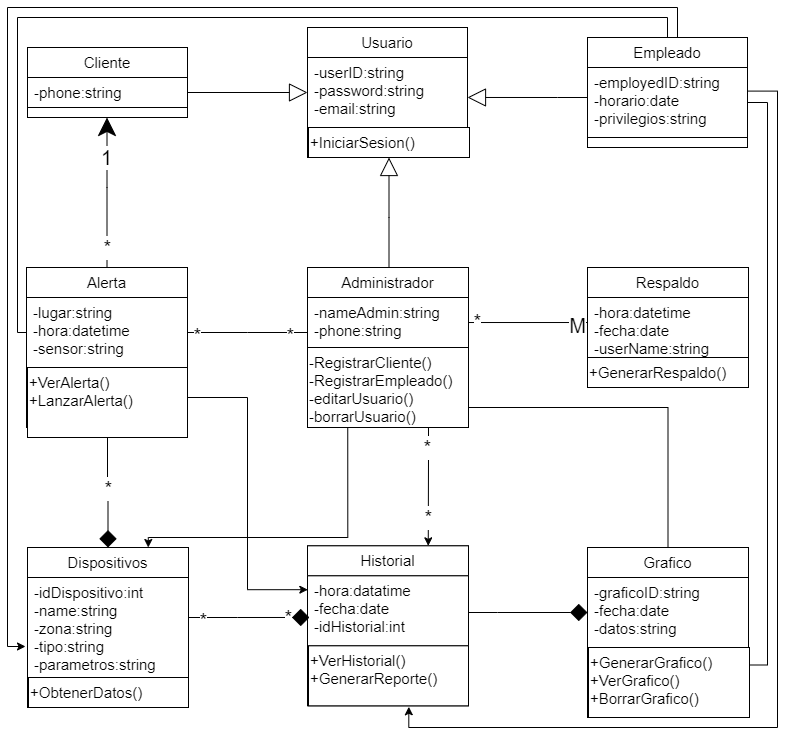
Earlier version of the draw.io export img/A1.1/DiagramaClases.drawio.png (AlexBamaca/AnalisisB). Source tidied: cells renumbered, new cells last; positions are measured from the earlier drawing's top-left corner, leaving out a move shared by most shapes.
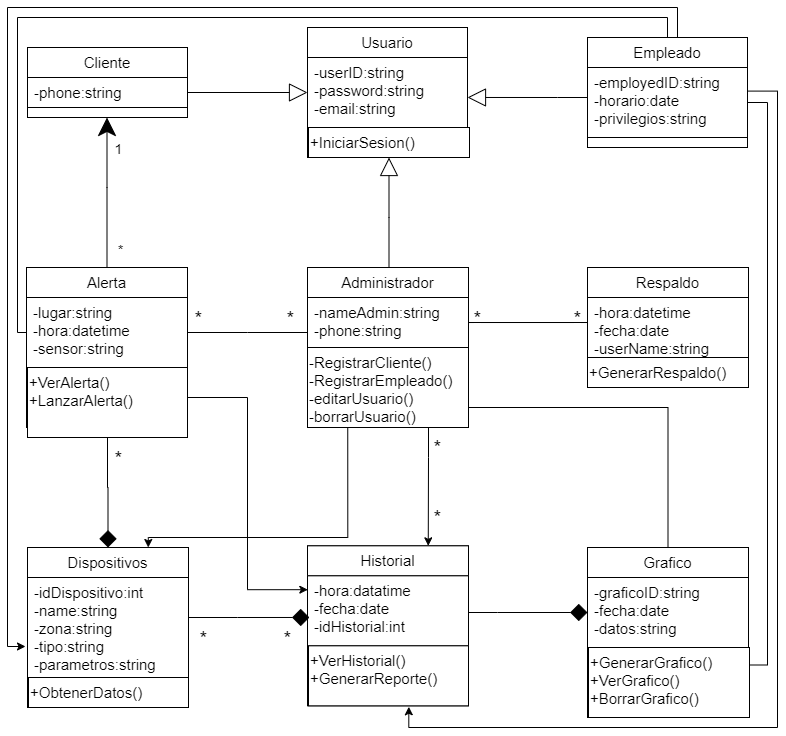
After the commit.

Commit message:
act de diagrama clases

Diff of the diagram source:
```diff
@@ -40,11 +40,18 @@
       <mxGeometry relative="1" as="geometry" />
     </mxCell>
     <mxCell id="13" value="*" style="edgeLabel;html=1;align=center;verticalAlign=middle;fontSize=20;" parent="12" vertex="1">
-      <mxGeometry x="-0.86" y="2" relative="1" as="geometry" />
+      <mxGeometry x="-0.86" y="2" relative="1" as="geometry">
+        <mxPoint y="-3" as="offset" />
+      </mxGeometry>
     </mxCell>
-    <mxCell id="14" value="M" style="edgeLabel;html=1;align=center;verticalAlign=middle;fontSize=20;" parent="12" vertex="1">
-      <mxGeometry x="0.81" y="-2" relative="1" as="geometry" />
+    <mxCell id="14" value="*" style="edgeLabel;html=1;align=center;verticalAlign=middle;fontSize=20;" parent="12" vertex="1">
+      <mxGeometry x="0.81" y="-2" relative="1" as="geometry">
+        <mxPoint y="-7" as="offset" />
+      </mxGeometry>
     </mxCell>
+    <mxCell id="64" style="edgeStyle=orthogonalEdgeStyle;rounded=0;jettySize=auto;html=1;fontSize=14;" parent="1" edge="1" source="15" target="46">
+      <mxGeometry relative="1" as="geometry" />
+    </mxCell>
     <mxCell id="15" value="-nameAdmin:string&lt;br&gt;-phone:string" style="rounded=0;whiteSpace=wrap;html=1;fontSize=15;align=left;spacingLeft=5;verticalAlign=top;" parent="1" vertex="1">
       <mxGeometry x="300" y="290" width="161" height="50" as="geometry" />
     </mxCell>
@@ -65,12 +72,12 @@
     </mxCell>
     <mxCell id="18" value="*" style="edgeLabel;html=1;align=center;verticalAlign=middle;fontSize=20;" parent="17" vertex="1">
       <mxGeometry y="-52" relative="1" as="geometry">
-        <mxPoint x="51" y="-39.2" as="offset" />
+        <mxPoint x="61.1" y="-39.2" as="offset" />
       </mxGeometry>
     </mxCell>
     <mxCell id="19" value="*" style="edgeLabel;html=1;align=center;verticalAlign=middle;fontSize=20;" parent="17" vertex="1">
       <mxGeometry x="0.73" relative="1" as="geometry">
-        <mxPoint y="-12.1" as="offset" />
+        <mxPoint x="9.2" y="-12.1" as="offset" />
       </mxGeometry>
     </mxCell>
     <mxCell id="20" style="edgeStyle=orthogonalEdgeStyle;rounded=0;jettySize=auto;html=1;exitX=0.25;exitY=1;exitDx=0;exitDy=0;entryX=0.75;entryY=0;entryDx=0;entryDy=0;" parent="1" edge="1" source="21" target="57">
@@ -149,14 +156,14 @@
         </Array>
       </mxGeometry>
     </mxCell>
-    <mxCell id="32" value="1" style="edgeLabel;html=1;align=center;verticalAlign=middle;fontSize=20;" parent="31" vertex="1">
+    <mxCell id="32" value="1" style="edgeLabel;html=1;align=center;verticalAlign=middle;fontSize=14;" parent="31" vertex="1">
       <mxGeometry x="0.67" y="1" relative="1" as="geometry">
-        <mxPoint y="14.8" as="offset" />
+        <mxPoint x="11.5" y="5" as="offset" />
       </mxGeometry>
     </mxCell>
-    <mxCell id="33" value="*" style="edgeLabel;html=1;align=center;verticalAlign=middle;fontSize=20;" parent="31" vertex="1">
+    <mxCell id="33" value="&lt;font style=&quot;font-size: 14px&quot;&gt;&amp;nbsp;*&lt;/font&gt;" style="edgeLabel;html=1;align=center;verticalAlign=middle;fontSize=20;" parent="31" vertex="1">
       <mxGeometry x="-0.87" relative="1" as="geometry">
-        <mxPoint y="-10.3" as="offset" />
+        <mxPoint x="10.5" y="-10.3" as="offset" />
       </mxGeometry>
     </mxCell>
     <mxCell id="34" value="Alerta" style="rounded=0;whiteSpace=wrap;html=1;fontSize=15;" parent="1" vertex="1">
@@ -172,11 +179,13 @@
     </mxCell>
     <mxCell id="36" value="*" style="edgeLabel;html=1;align=center;verticalAlign=middle;fontSize=20;" parent="35" vertex="1">
       <mxGeometry y="-51" relative="1" as="geometry">
-        <mxPoint x="-51" y="-49" as="offset" />
+        <mxPoint x="-50" y="-66" as="offset" />
       </mxGeometry>
     </mxCell>
     <mxCell id="37" value="&lt;font style=&quot;font-size: 20px&quot;&gt;*&lt;/font&gt;" style="edgeLabel;html=1;align=center;verticalAlign=middle;" parent="35" vertex="1">
-      <mxGeometry x="0.71" y="-2" relative="1" as="geometry" />
+      <mxGeometry x="0.71" y="-2" relative="1" as="geometry">
+        <mxPoint y="-17" as="offset" />
+      </mxGeometry>
     </mxCell>
     <mxCell id="38" value="-lugar:string&lt;br&gt;-hora:datetime&lt;br&gt;-sensor:string" style="rounded=0;whiteSpace=wrap;html=1;fontSize=15;align=left;spacingLeft=5;verticalAlign=top;" parent="1" vertex="1">
       <mxGeometry x="19" y="290" width="161" height="70" as="geometry" />
@@ -194,7 +203,7 @@
     </mxCell>
     <mxCell id="41" value="*" style="edgeLabel;html=1;align=center;verticalAlign=middle;fontSize=20;" parent="40" vertex="1">
       <mxGeometry x="0.56" relative="1" as="geometry">
-        <mxPoint y="-35.3" as="offset" />
+        <mxPoint x="9.5" y="-65.5" as="offset" />
       </mxGeometry>
     </mxCell>
     <mxCell id="42" value="+VerAlerta()&lt;br&gt;+LanzarAlerta()" style="rounded=0;whiteSpace=wrap;html=1;fontSize=15;align=left;verticalAlign=top;" parent="1" vertex="1">
@@ -259,11 +268,13 @@
       </mxGeometry>
     </mxCell>
     <mxCell id="59" value="*" style="edgeLabel;html=1;align=center;verticalAlign=middle;fontSize=20;" parent="58" vertex="1">
-      <mxGeometry x="-0.76" y="-2" relative="1" as="geometry" />
+      <mxGeometry x="-0.76" y="-2" relative="1" as="geometry">
+        <mxPoint y="18" as="offset" />
+      </mxGeometry>
     </mxCell>
-    <mxCell id="60" value="*" style="edgeLabel;html=1;align=center;verticalAlign=middle;fontSize=20;" parent="58" vertex="1">
+    <mxCell id="60" value="*" style="edgeLabel;html=1;align=center;verticalAlign=middle;fontSize=20;rotation=0;" parent="58" vertex="1">
       <mxGeometry x="0.1" relative="1" as="geometry">
-        <mxPoint x="32.3" as="offset" />
+        <mxPoint x="32" y="20" as="offset" />
       </mxGeometry>
     </mxCell>
     <mxCell id="61" value="-idDispositivo:int&lt;br&gt;-name:string&lt;br&gt;-zona:string&lt;br&gt;-tipo:string&lt;br&gt;-parametros:string" style="rounded=0;whiteSpace=wrap;html=1;fontSize=15;align=left;spacingLeft=5;verticalAlign=top;" parent="1" vertex="1">
```
